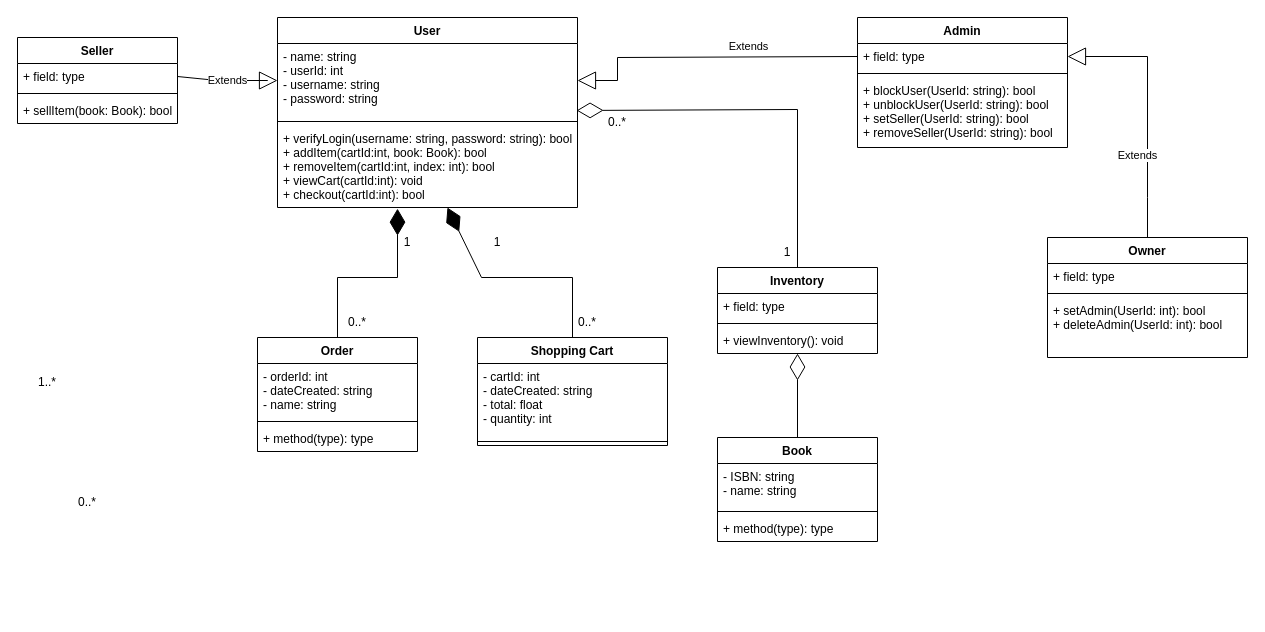
Earlier version of the draw.io diagram Class_Diagram.drawio (adl409/SE-project-Group-5). Source tidied: cells renumbered, new cells numbered last; positions are measured from the earlier drawing's top-left corner, leaving out a move shared by most shapes. Both pictures are drawn from the tidied source at 100%, with x=0, y=0 at pixel (17, 17).
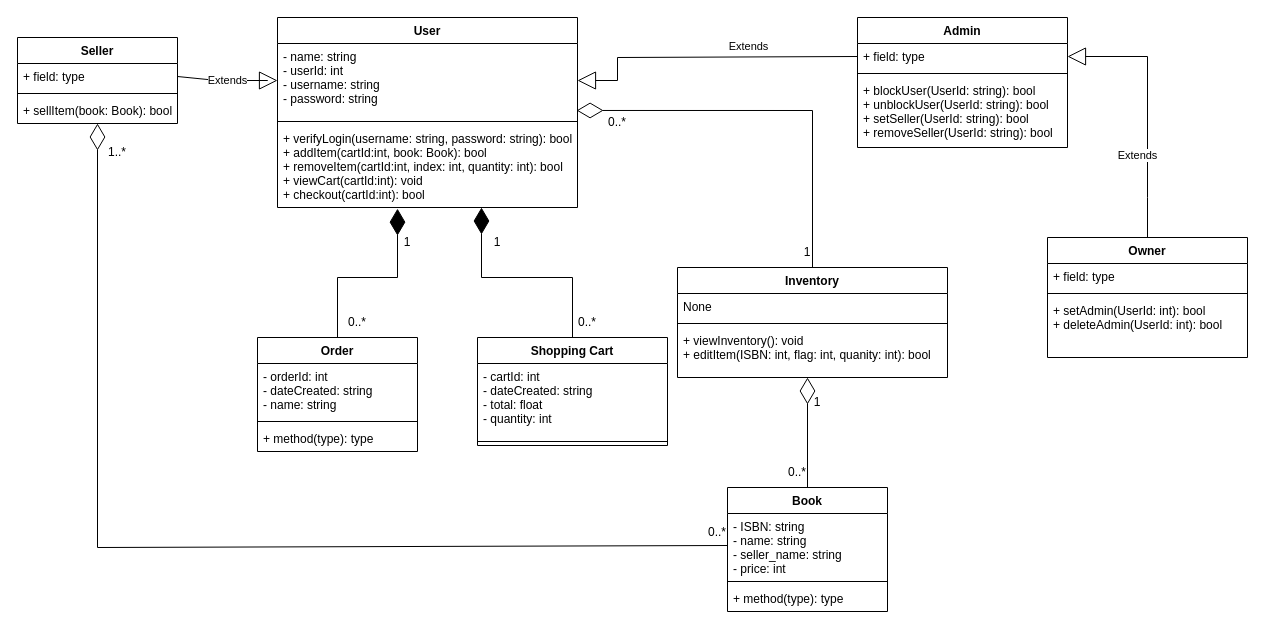
The same page after the edit.

Unchanged cells that the change refers to:
```xml
<mxCell id="2" value="User" style="swimlane;fontStyle=1;align=center;verticalAlign=top;horizontal=1;startSize=26;" parent="1" vertex="1">
  <mxGeometry x="260" width="300" height="190" as="geometry" />
</mxCell>
<mxCell id="3" value="- name: string&#10;- userId: int&#10;- username: string&#10;- password: string" style="text;strokeColor=none;fillColor=none;align=left;verticalAlign=top;spacingLeft=4;spacingRight=4;overflow=hidden;points=[[0,0.5],[1,0.5]];portConstraint=eastwest;" parent="2" vertex="1">
  <mxGeometry y="26" width="300" height="74" as="geometry" />
</mxCell>
<mxCell id="10" value="Shopping Cart" style="swimlane;fontStyle=1;align=center;verticalAlign=top;horizontal=1;startSize=26;" parent="1" vertex="1">
  <mxGeometry x="460" y="320" width="190" height="108" as="geometry" />
</mxCell>
<mxCell id="16" value="+ sellItem(book: Book): bool" style="text;strokeColor=none;fillColor=none;align=left;verticalAlign=top;spacingLeft=4;spacingRight=4;overflow=hidden;points=[[0,0.5],[1,0.5]];portConstraint=eastwest;" parent="13" vertex="1">
  <mxGeometry y="60" width="160" height="26" as="geometry" />
</mxCell>
```

Diff of the diagram source:
```diff
@@
-    <mxCell id="5" value="+ verifyLogin(username: string, password: string): bool&#10;+ addItem(cartId:int, book: Book): bool&#10;+ removeItem(cartId:int, index: int): bool&#10;+ viewCart(cartId:int): void&#10;+ checkout(cartId:int): bool&#10;" style="text;strokeColor=none;fillColor=none;align=left;verticalAlign=top;spacingLeft=4;spacingRight=4;overflow=hidden;points=[[0,0.5],[1,0.5]];portConstraint=eastwest;" parent="2" vertex="1">
+    <mxCell id="5" value="+ verifyLogin(username: string, password: string): bool&#10;+ addItem(cartId:int, book: Book): bool&#10;+ removeItem(cartId:int, index: int, quantity: int): bool&#10;+ viewCart(cartId:int): void&#10;+ checkout(cartId:int): bool&#10;" style="text;strokeColor=none;fillColor=none;align=left;verticalAlign=top;spacingLeft=4;spacingRight=4;overflow=hidden;points=[[0,0.5],[1,0.5]];portConstraint=eastwest;" parent="2" vertex="1">
       <mxGeometry y="108" width="300" height="82" as="geometry" />
     </mxCell>
@@
     <mxCell id="21" value="Inventory&#10;" style="swimlane;fontStyle=1;align=center;verticalAlign=top;horizontal=1;startSize=26;" parent="1" vertex="1">
-      <mxGeometry x="700" y="250" width="160" height="86" as="geometry" />
+      <mxGeometry x="660" y="250" width="270" height="110" as="geometry" />
     </mxCell>
-    <mxCell id="22" value="+ field: type" style="text;strokeColor=none;fillColor=none;align=left;verticalAlign=top;spacingLeft=4;spacingRight=4;overflow=hidden;" parent="21" vertex="1">
-      <mxGeometry y="26" width="160" height="26" as="geometry" />
+    <mxCell id="22" value="None" style="text;strokeColor=none;fillColor=none;align=left;verticalAlign=top;spacingLeft=4;spacingRight=4;overflow=hidden;" parent="21" vertex="1">
+      <mxGeometry y="26" width="270" height="26" as="geometry" />
     </mxCell>
     <mxCell id="23" style="line;strokeWidth=1;fillColor=none;align=left;verticalAlign=middle;spacingTop=-1;spacingLeft=3;spacingRight=3;labelPosition=right;strokeColor=inherit;" parent="21" vertex="1">
-      <mxGeometry y="52" width="160" height="8" as="geometry" />
+      <mxGeometry y="52" width="270" height="8" as="geometry" />
     </mxCell>
-    <mxCell id="24" value="+ viewInventory(): void" style="text;strokeColor=none;fillColor=none;align=left;verticalAlign=top;spacingLeft=4;spacingRight=4;overflow=hidden;points=[[0,0.5],[1,0.5]];portConstraint=eastwest;" parent="21" vertex="1">
-      <mxGeometry y="60" width="160" height="26" as="geometry" />
+    <mxCell id="24" value="+ viewInventory(): void&#10;+ editItem(ISBN: int, flag: int, quanity: int): bool" style="text;strokeColor=none;fillColor=none;align=left;verticalAlign=top;spacingLeft=4;spacingRight=4;overflow=hidden;points=[[0,0.5],[1,0.5]];portConstraint=eastwest;" parent="21" vertex="1">
+      <mxGeometry y="60" width="270" height="50" as="geometry" />
     </mxCell>
@@
-    <mxCell id="29" style="endArrow=diamondThin;endFill=1;endSize=24;html=1;rounded=0;exitX=0.5;exitY=0;exitDx=0;exitDy=0;" parent="1" edge="1" source="10" target="5">
+    <mxCell id="29" style="endArrow=diamondThin;endFill=1;endSize=24;html=1;rounded=0;exitX=0.5;exitY=0;exitDx=0;exitDy=0;" parent="1" edge="1" source="10">
       <mxGeometry relative="1" as="geometry">
+        <mxPoint x="464" y="190" as="targetPoint" />
         <Array as="points">
           <mxPoint x="555" y="260" />
           <mxPoint x="464" y="260" />
         </Array>
       </mxGeometry>
     </mxCell>
@@
     <mxCell id="38" style="endArrow=diamondThin;endFill=0;endSize=24;html=1;rounded=0;exitX=0.5;exitY=0;exitDx=0;exitDy=0;entryX=0.997;entryY=0.905;entryDx=0;entryDy=0;entryPerimeter=0;" parent="1" edge="1" source="21" target="3">
       <mxGeometry relative="1" as="geometry">
         <Array as="points">
-          <mxPoint x="780" y="92" />
+          <mxPoint x="795" y="93" />
         </Array>
       </mxGeometry>
     </mxCell>
     <mxCell id="39" value="1" style="text;strokeColor=none;align=center;fillColor=none;html=1;verticalAlign=middle;whiteSpace=wrap;rounded=0;" parent="1" vertex="1">
-      <mxGeometry x="740" y="220" width="60" height="30" as="geometry" />
+      <mxGeometry x="760" y="220" width="60" height="30" as="geometry" />
     </mxCell>
@@
     <mxCell id="41" value="Book" style="swimlane;fontStyle=1;align=center;verticalAlign=top;horizontal=1;startSize=26;" parent="1" vertex="1">
-      <mxGeometry x="700" y="420" width="160" height="104" as="geometry" />
+      <mxGeometry x="710" y="470" width="160" height="124" as="geometry" />
     </mxCell>
-    <mxCell id="42" value="- ISBN: string&#10;- name: string" style="text;strokeColor=none;fillColor=none;align=left;verticalAlign=top;spacingLeft=4;spacingRight=4;overflow=hidden;points=[[0,0.5],[1,0.5]];portConstraint=eastwest;" parent="41" vertex="1">
-      <mxGeometry y="26" width="160" height="44" as="geometry" />
+    <mxCell id="42" value="- ISBN: string&#10;- name: string&#10;- seller_name: string&#10;- price: int" style="text;strokeColor=none;fillColor=none;align=left;verticalAlign=top;spacingLeft=4;spacingRight=4;overflow=hidden;points=[[0,0.5],[1,0.5]];portConstraint=eastwest;" parent="41" vertex="1">
+      <mxGeometry y="26" width="160" height="64" as="geometry" />
     </mxCell>
     <mxCell id="43" style="line;strokeWidth=1;fillColor=none;align=left;verticalAlign=middle;spacingTop=-1;spacingLeft=3;spacingRight=3;labelPosition=right;strokeColor=inherit;" parent="41" vertex="1">
-      <mxGeometry y="70" width="160" height="8" as="geometry" />
+      <mxGeometry y="90" width="160" height="8" as="geometry" />
     </mxCell>
     <mxCell id="44" value="+ method(type): type" style="text;strokeColor=none;fillColor=none;align=left;verticalAlign=top;spacingLeft=4;spacingRight=4;overflow=hidden;" parent="41" vertex="1">
-      <mxGeometry y="78" width="160" height="26" as="geometry" />
+      <mxGeometry y="98" width="160" height="26" as="geometry" />
     </mxCell>
-    <mxCell id="45" style="endArrow=diamondThin;endFill=0;endSize=24;html=1;rounded=0;exitX=0.5;exitY=0;exitDx=0;exitDy=0;" parent="1" edge="1" source="41" target="24">
-      <mxGeometry relative="1" as="geometry" />
+    <mxCell id="45" style="endArrow=diamondThin;endFill=0;endSize=24;html=1;rounded=0;exitX=0.5;exitY=0;exitDx=0;exitDy=0;" parent="1" edge="1" source="41">
+      <mxGeometry relative="1" as="geometry">
+        <mxPoint x="790" y="360" as="targetPoint" />
+      </mxGeometry>
     </mxCell>
     <mxCell id="46" value="0..*" style="text;strokeColor=none;align=center;fillColor=none;html=1;verticalAlign=middle;whiteSpace=wrap;rounded=0;" parent="1" vertex="1">
-      <mxGeometry x="40" y="470" width="60" height="30" as="geometry" />
+      <mxGeometry x="750" y="440" width="60" height="30" as="geometry" />
     </mxCell>
-    <mxCell id="47" value="1..*" style="text;strokeColor=none;align=center;fillColor=none;html=1;verticalAlign=middle;whiteSpace=wrap;rounded=0;" parent="1" vertex="1">
-      <mxGeometry y="350" width="60" height="30" as="geometry" />
+    <mxCell id="47" value="1" style="text;strokeColor=none;align=center;fillColor=none;html=1;verticalAlign=middle;whiteSpace=wrap;rounded=0;" parent="1" vertex="1">
+      <mxGeometry x="770" y="370" width="60" height="30" as="geometry" />
     </mxCell>
+    <mxCell id="48" style="endArrow=diamondThin;endFill=0;endSize=24;html=1;rounded=0;exitX=0;exitY=0.5;exitDx=0;exitDy=0;" parent="1" edge="1" source="42" target="16">
+      <mxGeometry relative="1" as="geometry">
+        <Array as="points">
+          <mxPoint x="80" y="530" />
+        </Array>
+      </mxGeometry>
+    </mxCell>
+    <mxCell id="49" value="0..*" style="text;strokeColor=none;align=center;fillColor=none;html=1;verticalAlign=middle;whiteSpace=wrap;rounded=0;" parent="1" vertex="1">
+      <mxGeometry x="670" y="500" width="60" height="30" as="geometry" />
+    </mxCell>
+    <mxCell id="50" value="1..*" style="text;strokeColor=none;align=center;fillColor=none;html=1;verticalAlign=middle;whiteSpace=wrap;rounded=0;" parent="1" vertex="1">
+      <mxGeometry x="70" y="120" width="60" height="30" as="geometry" />
+    </mxCell>
```
